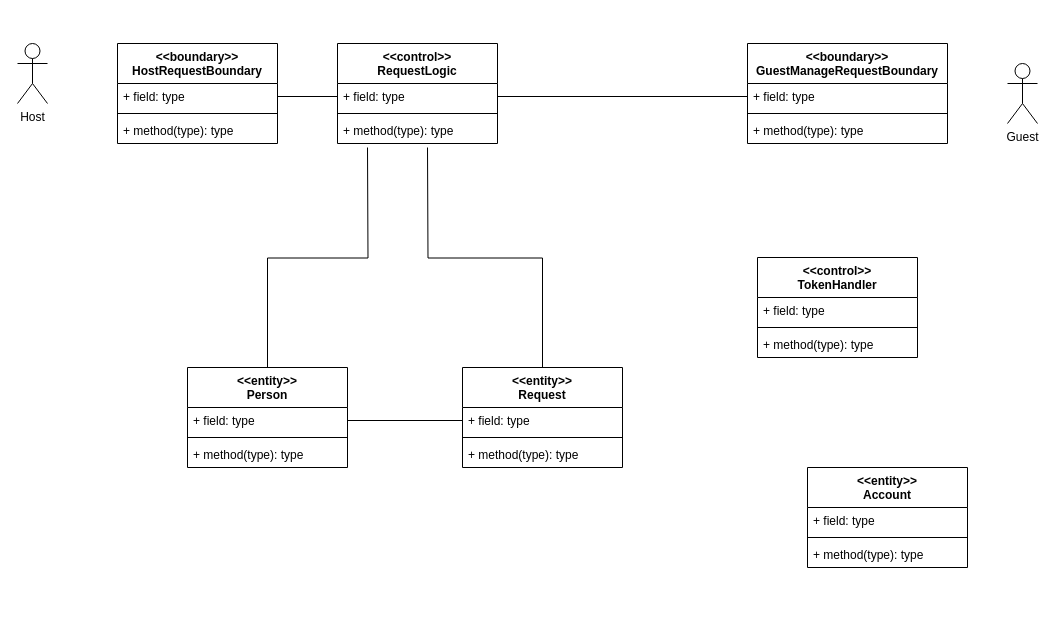
This is Docs/VoPC/VoPC ManageRoom.drawio from nic-agos/DoveStudi, a draw.io file, before an edit. Source tidied: cells renumbered, new cells numbered last; positions are measured from the earlier drawing's top-left corner, leaving out a move shared by most shapes. Both pictures are drawn from the tidied source at 100%, with x=0, y=0 at pixel (17, 43).
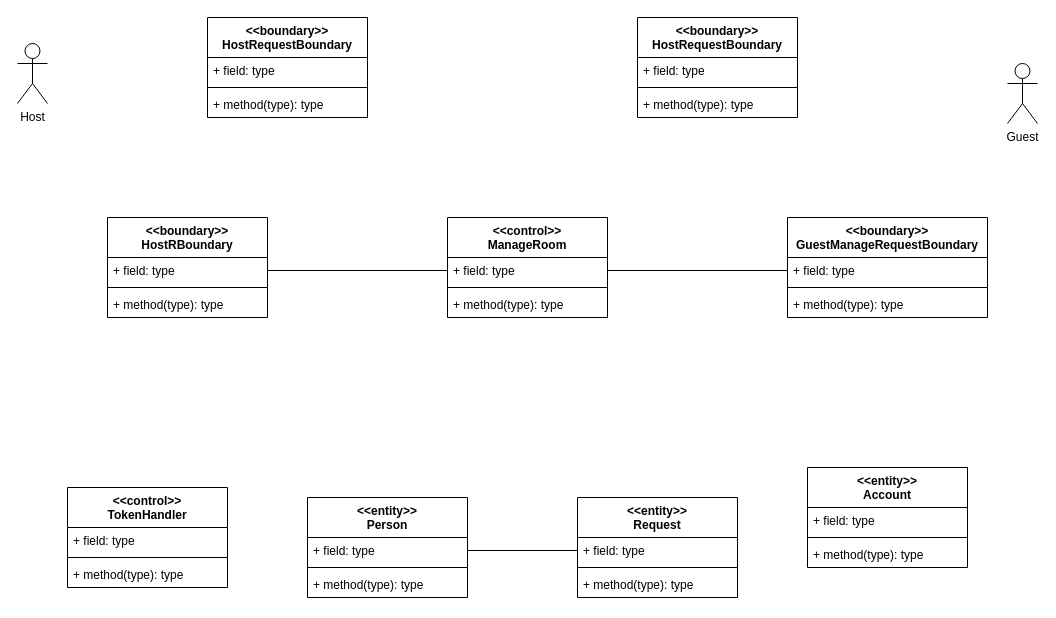
After the change.

Commit message:
aggiunta tripla boundary

The edit, as a diff of the source:
```diff
@@
-    <mxCell id="2" style="edgeStyle=orthogonalEdgeStyle;rounded=0;jettySize=auto;html=1;exitX=0.5;exitY=0;exitDx=0;exitDy=0;endArrow=none;endFill=0;" parent="1" edge="1" source="3">
-      <mxGeometry relative="1" as="geometry">
-        <mxPoint x="410" y="104" as="targetPoint" />
-      </mxGeometry>
-    </mxCell>
     <mxCell id="3" value="&lt;&lt;entity&gt;&gt;&#10;Request" style="swimlane;fontStyle=1;align=center;verticalAlign=top;horizontal=1;startSize=40;" parent="1" vertex="1">
-      <mxGeometry x="445" y="324" width="160" height="100" as="geometry" />
+      <mxGeometry x="560" y="454" width="160" height="100" as="geometry" />
     </mxCell>
@@
-    <mxCell id="7" value="&lt;&lt;control&gt;&gt;&#10;RequestLogic" style="swimlane;fontStyle=1;align=center;verticalAlign=top;horizontal=1;startSize=40;" parent="1" vertex="1">
-      <mxGeometry x="320" width="160" height="100" as="geometry" />
+    <mxCell id="7" value="&lt;&lt;control&gt;&gt;&#10;ManageRoom" style="swimlane;fontStyle=1;align=center;verticalAlign=top;horizontal=1;startSize=40;" parent="1" vertex="1">
+      <mxGeometry x="430" y="174" width="160" height="100" as="geometry" />
     </mxCell>
@@
-    <mxCell id="11" value="&lt;&lt;boundary&gt;&gt;&#10;HostRequestBoundary" style="swimlane;fontStyle=1;align=center;verticalAlign=top;horizontal=1;startSize=40;" parent="1" vertex="1">
-      <mxGeometry x="100" width="160" height="100" as="geometry" />
+    <mxCell id="11" value="&lt;&lt;boundary&gt;&gt;&#10;HostRBoundary" style="swimlane;fontStyle=1;align=center;verticalAlign=top;horizontal=1;startSize=40;" parent="1" vertex="1">
+      <mxGeometry x="90" y="174" width="160" height="100" as="geometry" />
     </mxCell>
@@
-    <mxCell id="20" style="edgeStyle=orthogonalEdgeStyle;rounded=0;jettySize=auto;html=1;exitX=0.5;exitY=0;exitDx=0;exitDy=0;endArrow=none;endFill=0;" parent="1" edge="1" source="21">
-      <mxGeometry relative="1" as="geometry">
-        <mxPoint x="350" y="104" as="targetPoint" />
-      </mxGeometry>
-    </mxCell>
     <mxCell id="21" value="&lt;&lt;entity&gt;&gt;&#10;Person" style="swimlane;fontStyle=1;align=center;verticalAlign=top;horizontal=1;startSize=40;" parent="1" vertex="1">
-      <mxGeometry x="170" y="324" width="160" height="100" as="geometry" />
+      <mxGeometry x="290" y="454" width="160" height="100" as="geometry" />
     </mxCell>
@@
     <mxCell id="27" value="&lt;&lt;boundary&gt;&gt;&#10;GuestManageRequestBoundary" style="swimlane;fontStyle=1;align=center;verticalAlign=top;horizontal=1;startSize=40;" parent="1" vertex="1">
-      <mxGeometry x="730" width="200" height="100" as="geometry" />
+      <mxGeometry x="770" y="174" width="200" height="100" as="geometry" />
     </mxCell>
@@
     <mxCell id="33" value="&lt;&lt;control&gt;&gt;&#10;TokenHandler" style="swimlane;fontStyle=1;align=center;verticalAlign=top;horizontal=1;startSize=40;" parent="1" vertex="1">
-      <mxGeometry x="740" y="214" width="160" height="100" as="geometry" />
+      <mxGeometry x="50" y="444" width="160" height="100" as="geometry" />
     </mxCell>
@@
+    <mxCell id="37" value="&lt;&lt;boundary&gt;&gt;&#10;HostRequestBoundary" style="swimlane;fontStyle=1;align=center;verticalAlign=top;horizontal=1;startSize=40;" parent="1" vertex="1">
+      <mxGeometry x="190" y="-26" width="160" height="100" as="geometry" />
+    </mxCell>
+    <mxCell id="38" value="+ field: type" style="text;strokeColor=none;fillColor=none;align=left;verticalAlign=top;spacingLeft=4;spacingRight=4;overflow=hidden;" parent="37" vertex="1">
+      <mxGeometry y="40" width="160" height="26" as="geometry" />
+    </mxCell>
+    <mxCell id="39" style="line;strokeWidth=1;fillColor=none;align=left;verticalAlign=middle;spacingTop=-1;spacingLeft=3;spacingRight=3;labelPosition=right;" parent="37" vertex="1">
+      <mxGeometry y="66" width="160" height="8" as="geometry" />
+    </mxCell>
+    <mxCell id="40" value="+ method(type): type" style="text;strokeColor=none;fillColor=none;align=left;verticalAlign=top;spacingLeft=4;spacingRight=4;overflow=hidden;" parent="37" vertex="1">
+      <mxGeometry y="74" width="160" height="26" as="geometry" />
+    </mxCell>
+    <mxCell id="41" value="&lt;&lt;boundary&gt;&gt;&#10;HostRequestBoundary" style="swimlane;fontStyle=1;align=center;verticalAlign=top;horizontal=1;startSize=40;" parent="1" vertex="1">
+      <mxGeometry x="620" y="-26" width="160" height="100" as="geometry" />
+    </mxCell>
+    <mxCell id="42" value="+ field: type" style="text;strokeColor=none;fillColor=none;align=left;verticalAlign=top;spacingLeft=4;spacingRight=4;overflow=hidden;" parent="41" vertex="1">
+      <mxGeometry y="40" width="160" height="26" as="geometry" />
+    </mxCell>
+    <mxCell id="43" style="line;strokeWidth=1;fillColor=none;align=left;verticalAlign=middle;spacingTop=-1;spacingLeft=3;spacingRight=3;labelPosition=right;" parent="41" vertex="1">
+      <mxGeometry y="66" width="160" height="8" as="geometry" />
+    </mxCell>
+    <mxCell id="44" value="+ method(type): type" style="text;strokeColor=none;fillColor=none;align=left;verticalAlign=top;spacingLeft=4;spacingRight=4;overflow=hidden;" parent="41" vertex="1">
+      <mxGeometry y="74" width="160" height="26" as="geometry" />
+    </mxCell>
```
